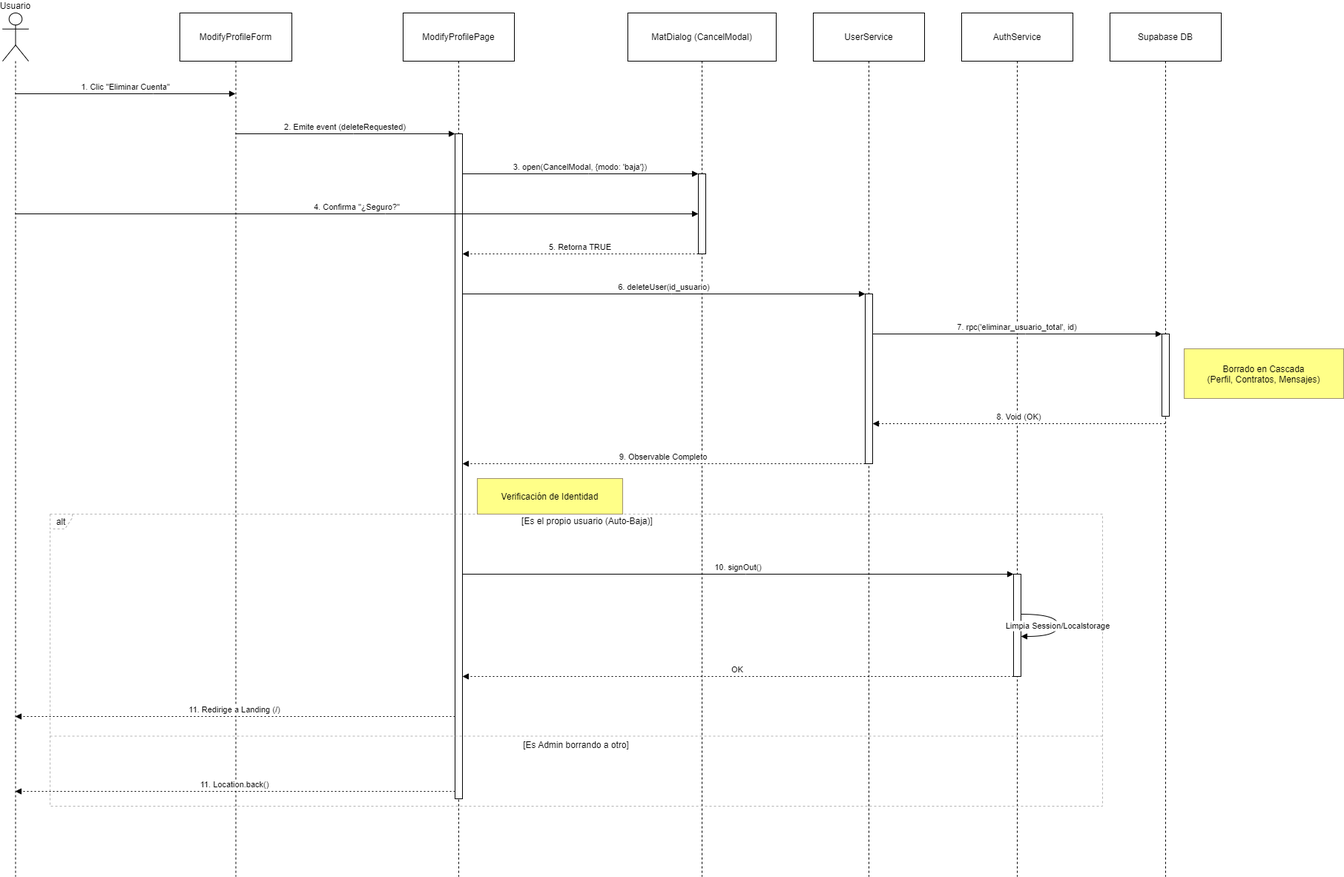
Before: docs/diagramas/secuencias/darse_baja.drawio.png, a diagram exported from draw.io (egilp04/TFG_Cuidados). Source tidied: cells renumbered, new cells last; positions are measured from the earlier drawing's top-left corner, leaving out a move shared by most shapes. Source of this version:
```xml
<mxGraphModel>
  <root>
    <mxCell id="0" />
    <mxCell id="1" parent="0" />
    <mxCell id="2" value="Usuario" style="shape=umlLifeline;perimeter=lifelinePerimeter;whiteSpace=wrap;outlineConnect=0;portConstraint=eastwest;newEdgeStyle={&quot;edgeStyle&quot;:&quot;elbowEdgeStyle&quot;,&quot;elbow&quot;:&quot;vertical&quot;,&quot;curved&quot;:0,&quot;rounded&quot;:0};participant=umlActor;verticalAlign=bottom;labelPosition=center;verticalLabelPosition=top;align=center;size=65;" parent="1" vertex="1">
      <mxGeometry width="35" height="1165" as="geometry" />
    </mxCell>
    <mxCell id="3" value="ModifyProfileForm" style="shape=umlLifeline;perimeter=lifelinePerimeter;whiteSpace=wrap;outlineConnect=0;portConstraint=eastwest;newEdgeStyle={&quot;edgeStyle&quot;:&quot;elbowEdgeStyle&quot;,&quot;elbow&quot;:&quot;vertical&quot;,&quot;curved&quot;:0,&quot;rounded&quot;:0};size=65;" parent="1" vertex="1">
      <mxGeometry x="239" width="151" height="1165" as="geometry" />
    </mxCell>
    <mxCell id="4" value="ModifyProfilePage" style="shape=umlLifeline;perimeter=lifelinePerimeter;whiteSpace=wrap;newEdgeStyle={&quot;edgeStyle&quot;:&quot;elbowEdgeStyle&quot;,&quot;elbow&quot;:&quot;vertical&quot;,&quot;curved&quot;:0,&quot;rounded&quot;:0};size=65;" parent="1" vertex="1">
      <mxGeometry x="540" width="150" height="1165" as="geometry" />
    </mxCell>
    <mxCell id="5" style="points=[];perimeter=orthogonalPerimeter;outlineConnect=0;targetShapes=umlLifeline;portConstraint=eastwest;newEdgeStyle={&quot;edgeStyle&quot;:&quot;elbowEdgeStyle&quot;,&quot;elbow&quot;:&quot;vertical&quot;,&quot;curved&quot;:0,&quot;rounded&quot;:0};" parent="4" vertex="1">
      <mxGeometry x="70" y="163" width="10" height="897" as="geometry" />
    </mxCell>
    <mxCell id="6" value="MatDialog (CancelModal)" style="shape=umlLifeline;perimeter=lifelinePerimeter;whiteSpace=wrap;newEdgeStyle={&quot;edgeStyle&quot;:&quot;elbowEdgeStyle&quot;,&quot;elbow&quot;:&quot;vertical&quot;,&quot;curved&quot;:0,&quot;rounded&quot;:0};size=65;" parent="1" vertex="1">
      <mxGeometry x="843" width="200" height="1165" as="geometry" />
    </mxCell>
    <mxCell id="7" style="points=[];perimeter=orthogonalPerimeter;outlineConnect=0;targetShapes=umlLifeline;portConstraint=eastwest;newEdgeStyle={&quot;edgeStyle&quot;:&quot;elbowEdgeStyle&quot;,&quot;elbow&quot;:&quot;vertical&quot;,&quot;curved&quot;:0,&quot;rounded&quot;:0};" parent="6" vertex="1">
      <mxGeometry x="95" y="217" width="10" height="108" as="geometry" />
    </mxCell>
    <mxCell id="8" value="UserService" style="shape=umlLifeline;perimeter=lifelinePerimeter;whiteSpace=wrap;newEdgeStyle={&quot;edgeStyle&quot;:&quot;elbowEdgeStyle&quot;,&quot;elbow&quot;:&quot;vertical&quot;,&quot;curved&quot;:0,&quot;rounded&quot;:0};size=65;" parent="1" vertex="1">
      <mxGeometry x="1093" width="150" height="1165" as="geometry" />
    </mxCell>
    <mxCell id="9" style="points=[];perimeter=orthogonalPerimeter;outlineConnect=0;targetShapes=umlLifeline;portConstraint=eastwest;newEdgeStyle={&quot;edgeStyle&quot;:&quot;elbowEdgeStyle&quot;,&quot;elbow&quot;:&quot;vertical&quot;,&quot;curved&quot;:0,&quot;rounded&quot;:0};" parent="8" vertex="1">
      <mxGeometry x="70" y="379" width="10" height="229" as="geometry" />
    </mxCell>
    <mxCell id="10" value="AuthService" style="shape=umlLifeline;perimeter=lifelinePerimeter;whiteSpace=wrap;newEdgeStyle={&quot;edgeStyle&quot;:&quot;elbowEdgeStyle&quot;,&quot;elbow&quot;:&quot;vertical&quot;,&quot;curved&quot;:0,&quot;rounded&quot;:0};size=65;" parent="1" vertex="1">
      <mxGeometry x="1293" width="150" height="1165" as="geometry" />
    </mxCell>
    <mxCell id="11" style="points=[];perimeter=orthogonalPerimeter;outlineConnect=0;targetShapes=umlLifeline;portConstraint=eastwest;newEdgeStyle={&quot;edgeStyle&quot;:&quot;elbowEdgeStyle&quot;,&quot;elbow&quot;:&quot;vertical&quot;,&quot;curved&quot;:0,&quot;rounded&quot;:0};" parent="10" vertex="1">
      <mxGeometry x="70" y="757" width="10" height="138" as="geometry" />
    </mxCell>
    <mxCell id="12" value="Supabase DB" style="shape=umlLifeline;perimeter=lifelinePerimeter;whiteSpace=wrap;outlineConnect=0;portConstraint=eastwest;newEdgeStyle={&quot;edgeStyle&quot;:&quot;elbowEdgeStyle&quot;,&quot;elbow&quot;:&quot;vertical&quot;,&quot;curved&quot;:0,&quot;rounded&quot;:0};size=65;" parent="1" vertex="1">
      <mxGeometry x="1493" width="150" height="1165" as="geometry" />
    </mxCell>
    <mxCell id="13" style="points=[];perimeter=orthogonalPerimeter;outlineConnect=0;targetShapes=umlLifeline;portConstraint=eastwest;newEdgeStyle={&quot;edgeStyle&quot;:&quot;elbowEdgeStyle&quot;,&quot;elbow&quot;:&quot;vertical&quot;,&quot;curved&quot;:0,&quot;rounded&quot;:0};" parent="12" vertex="1">
      <mxGeometry x="70" y="433" width="10" height="111" as="geometry" />
    </mxCell>
    <mxCell id="14" value="alt" style="shape=umlFrame;dashed=1;strokeColor=#B3B3B3;height=20;width=30;" parent="1" vertex="1">
      <mxGeometry x="64" y="676" width="1419" height="394" as="geometry" />
    </mxCell>
    <mxCell id="15" value="[Es el propio usuario (Auto-Baja)]" style="text;strokeColor=none;fillColor=none;align=center;verticalAlign=middle;whiteSpace=wrap;" parent="14" vertex="1">
      <mxGeometry x="30" width="1389" height="20" as="geometry" />
    </mxCell>
    <mxCell id="16" value="[Es Admin borrando a otro]" style="shape=line;dashed=1;whiteSpace=wrap;verticalAlign=top;labelPosition=center;verticalLabelPosition=middle;align=center;strokeColor=#B3B3B3;" parent="14" vertex="1">
      <mxGeometry y="298" width="1419" height="3" as="geometry" />
    </mxCell>
    <mxCell id="17" value="1. Clic &quot;Eliminar Cuenta&quot;" style="verticalAlign=bottom;edgeStyle=elbowEdgeStyle;elbow=horizontal;curved=0;rounded=0;endArrow=block;" parent="1" edge="1" source="2" target="3">
      <mxGeometry relative="1" as="geometry">
        <Array as="points">
          <mxPoint x="203" y="109" />
        </Array>
      </mxGeometry>
    </mxCell>
    <mxCell id="18" value="2. Emite event (deleteRequested)" style="verticalAlign=bottom;edgeStyle=elbowEdgeStyle;elbow=vertical;curved=0;rounded=0;endArrow=block;" parent="1" edge="1" source="3" target="5">
      <mxGeometry relative="1" as="geometry">
        <Array as="points">
          <mxPoint x="473" y="163" />
        </Array>
      </mxGeometry>
    </mxCell>
    <mxCell id="19" value="3. open(CancelModal, {modo: 'baja'})" style="verticalAlign=bottom;edgeStyle=elbowEdgeStyle;elbow=vertical;curved=0;rounded=0;endArrow=block;" parent="1" edge="1" source="5" target="7">
      <mxGeometry relative="1" as="geometry">
        <Array as="points">
          <mxPoint x="790" y="217" />
        </Array>
      </mxGeometry>
    </mxCell>
    <mxCell id="20" value="4. Confirma &quot;¿Seguro?&quot;" style="verticalAlign=bottom;edgeStyle=elbowEdgeStyle;elbow=vertical;curved=0;rounded=0;endArrow=block;" parent="1" edge="1" source="2" target="7">
      <mxGeometry relative="1" as="geometry">
        <Array as="points">
          <mxPoint x="516" y="271" />
        </Array>
      </mxGeometry>
    </mxCell>
    <mxCell id="21" value="5. Retorna TRUE" style="verticalAlign=bottom;edgeStyle=elbowEdgeStyle;elbow=vertical;curved=0;rounded=0;dashed=1;dashPattern=2 3;endArrow=block;" parent="1" edge="1" source="7" target="5">
      <mxGeometry relative="1" as="geometry">
        <Array as="points">
          <mxPoint x="791" y="325" />
        </Array>
      </mxGeometry>
    </mxCell>
    <mxCell id="22" value="6. deleteUser(id_usuario)" style="verticalAlign=bottom;edgeStyle=elbowEdgeStyle;elbow=vertical;curved=0;rounded=0;endArrow=block;" parent="1" edge="1" source="5" target="9">
      <mxGeometry relative="1" as="geometry">
        <Array as="points">
          <mxPoint x="902" y="379" />
        </Array>
      </mxGeometry>
    </mxCell>
    <mxCell id="23" value="7. rpc('eliminar_usuario_total', id)" style="verticalAlign=bottom;edgeStyle=elbowEdgeStyle;elbow=vertical;curved=0;rounded=0;endArrow=block;" parent="1" edge="1" source="9" target="13">
      <mxGeometry relative="1" as="geometry">
        <Array as="points">
          <mxPoint x="1379" y="433" />
        </Array>
      </mxGeometry>
    </mxCell>
    <mxCell id="24" value="8. Void (OK)" style="verticalAlign=bottom;edgeStyle=elbowEdgeStyle;elbow=vertical;curved=0;rounded=0;dashed=1;dashPattern=2 3;endArrow=block;" parent="1" edge="1" source="12" target="9">
      <mxGeometry relative="1" as="geometry">
        <Array as="points">
          <mxPoint x="1380" y="554" />
        </Array>
      </mxGeometry>
    </mxCell>
    <mxCell id="25" value="9. Observable Completo" style="verticalAlign=bottom;edgeStyle=elbowEdgeStyle;elbow=vertical;curved=0;rounded=0;dashed=1;dashPattern=2 3;endArrow=block;" parent="1" edge="1" source="9" target="5">
      <mxGeometry relative="1" as="geometry">
        <Array as="points">
          <mxPoint x="903" y="608" />
        </Array>
      </mxGeometry>
    </mxCell>
    <mxCell id="26" value="10. signOut()" style="verticalAlign=bottom;edgeStyle=elbowEdgeStyle;elbow=vertical;curved=0;rounded=0;endArrow=block;" parent="1" edge="1" source="5" target="11">
      <mxGeometry relative="1" as="geometry">
        <Array as="points">
          <mxPoint x="1002" y="757" />
        </Array>
      </mxGeometry>
    </mxCell>
    <mxCell id="27" value="Limpia Session/Localstorage" style="curved=1;endArrow=block;rounded=0;" parent="1" edge="1" source="11" target="11">
      <mxGeometry relative="1" as="geometry">
        <Array as="points">
          <mxPoint x="1423" y="811" />
          <mxPoint x="1423" y="841" />
        </Array>
      </mxGeometry>
    </mxCell>
    <mxCell id="28" value="OK" style="verticalAlign=bottom;edgeStyle=elbowEdgeStyle;elbow=vertical;curved=0;rounded=0;dashed=1;dashPattern=2 3;endArrow=block;" parent="1" edge="1" source="11" target="5">
      <mxGeometry relative="1" as="geometry">
        <Array as="points">
          <mxPoint x="1003" y="895" />
        </Array>
      </mxGeometry>
    </mxCell>
    <mxCell id="29" value="11. Redirige a Landing (/)" style="verticalAlign=bottom;edgeStyle=elbowEdgeStyle;elbow=vertical;curved=0;rounded=0;dashed=1;dashPattern=2 3;endArrow=block;" parent="1" edge="1" source="5" target="2">
      <mxGeometry relative="1" as="geometry">
        <Array as="points">
          <mxPoint x="355" y="949" />
        </Array>
      </mxGeometry>
    </mxCell>
    <mxCell id="30" value="11. Location.back()" style="verticalAlign=bottom;edgeStyle=elbowEdgeStyle;elbow=vertical;curved=0;rounded=0;dashed=1;dashPattern=2 3;endArrow=block;" parent="1" edge="1" source="5" target="2">
      <mxGeometry relative="1" as="geometry">
        <Array as="points">
          <mxPoint x="355" y="1050" />
        </Array>
      </mxGeometry>
    </mxCell>
    <mxCell id="31" value="Borrado en Cascada&#10;(Perfil, Contratos, Mensajes)" style="fillColor=#ffff88;strokeColor=#9E916F;" parent="1" vertex="1">
      <mxGeometry x="1593" y="453" width="215" height="67" as="geometry" />
    </mxCell>
    <mxCell id="32" value="Verificación de Identidad" style="fillColor=#ffff88;strokeColor=#9E916F;" parent="1" vertex="1">
      <mxGeometry x="640" y="628" width="196" height="48" as="geometry" />
    </mxCell>
  </root>
</mxGraphModel>
```
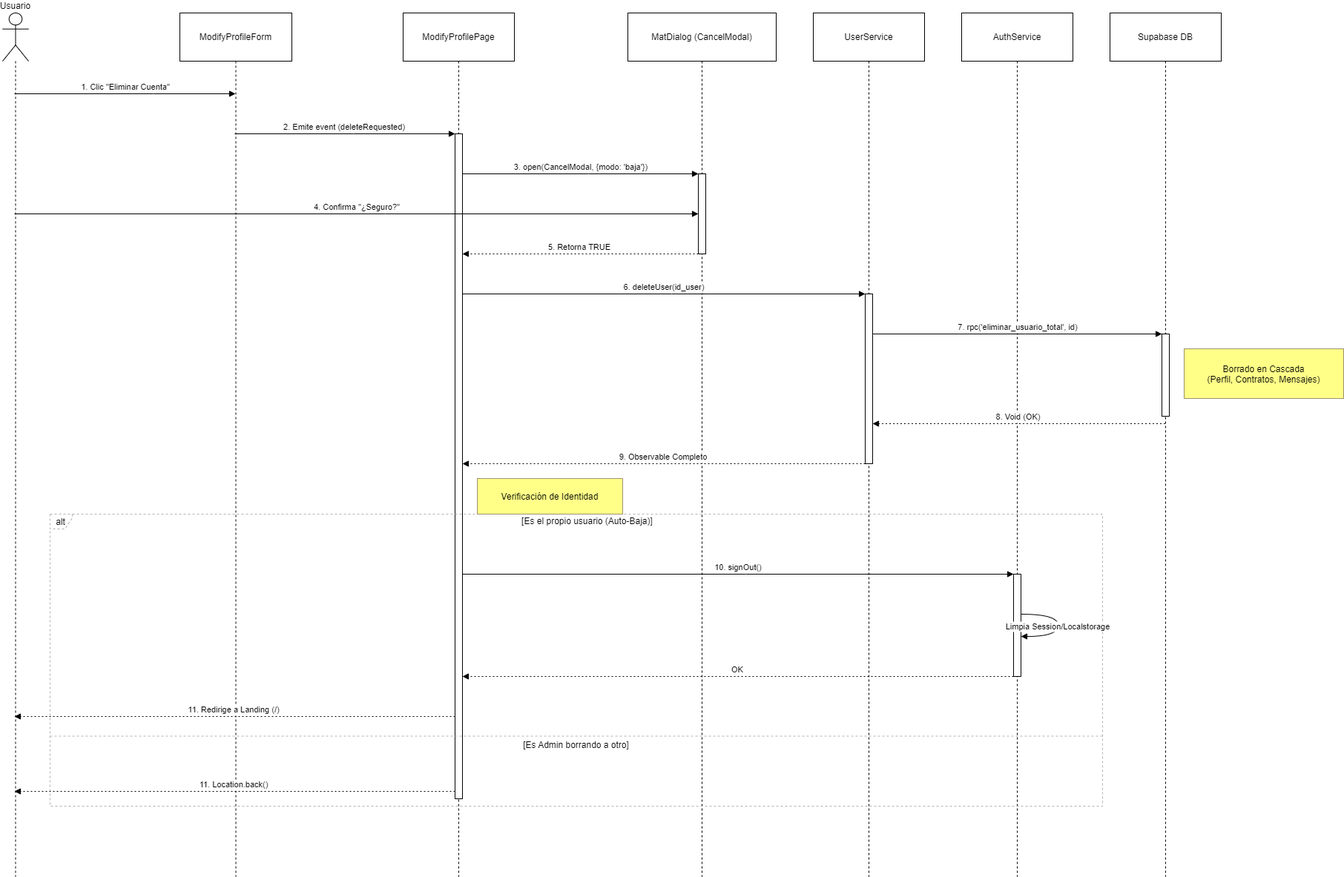
After the change.

Diff of the diagram source:
```diff
@@ -82,7 +82,7 @@
         </Array>
       </mxGeometry>
     </mxCell>
-    <mxCell id="22" value="6. deleteUser(id_usuario)" style="verticalAlign=bottom;edgeStyle=elbowEdgeStyle;elbow=vertical;curved=0;rounded=0;endArrow=block;" parent="1" edge="1" source="5" target="9">
+    <mxCell id="22" value="6. deleteUser(id_user)" style="verticalAlign=bottom;edgeStyle=elbowEdgeStyle;elbow=vertical;curved=0;rounded=0;endArrow=block;" parent="1" edge="1" source="5" target="9">
       <mxGeometry relative="1" as="geometry">
         <Array as="points">
           <mxPoint x="902" y="379" />
```
